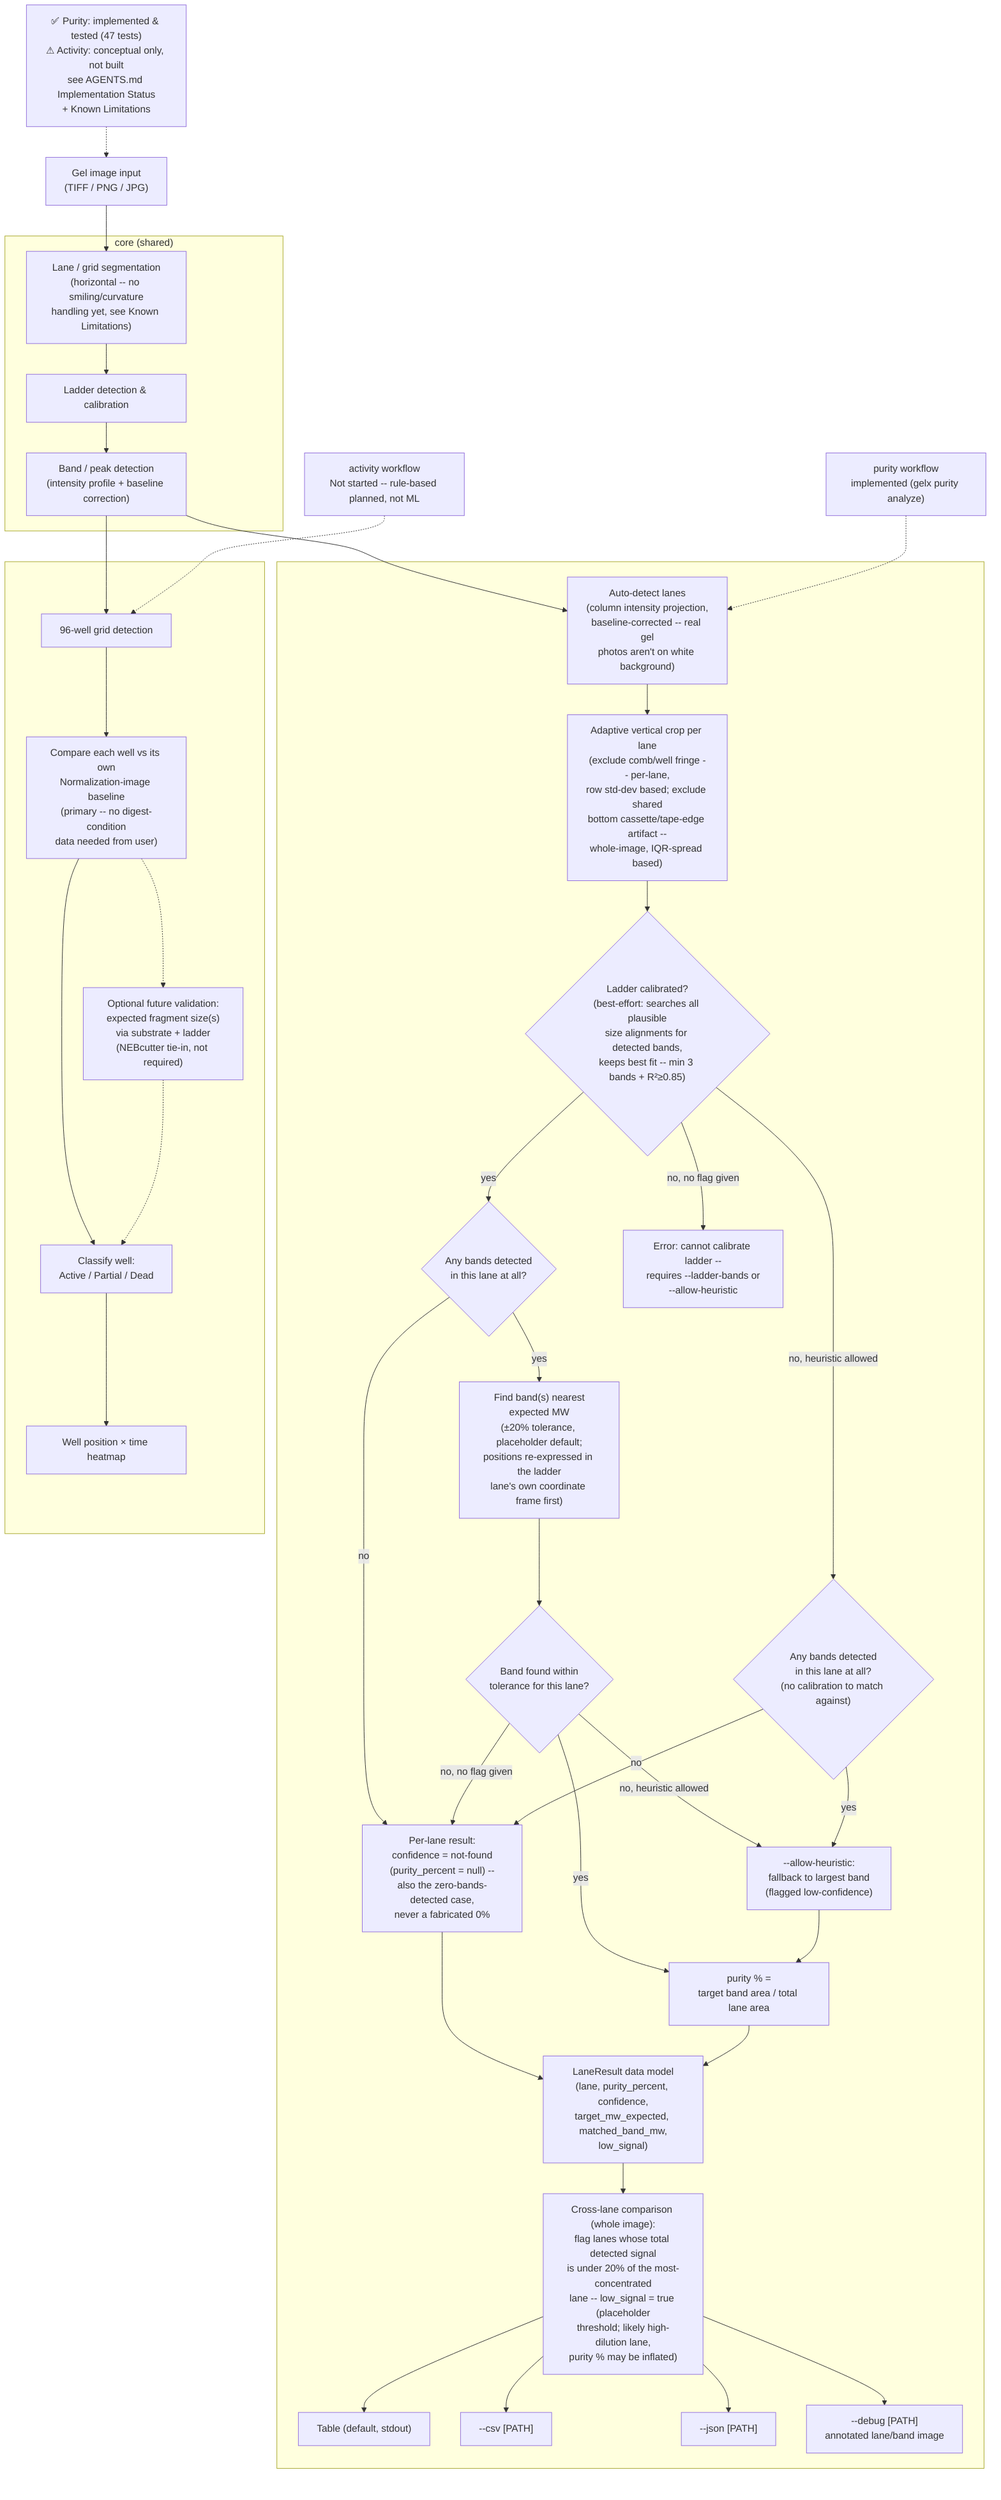
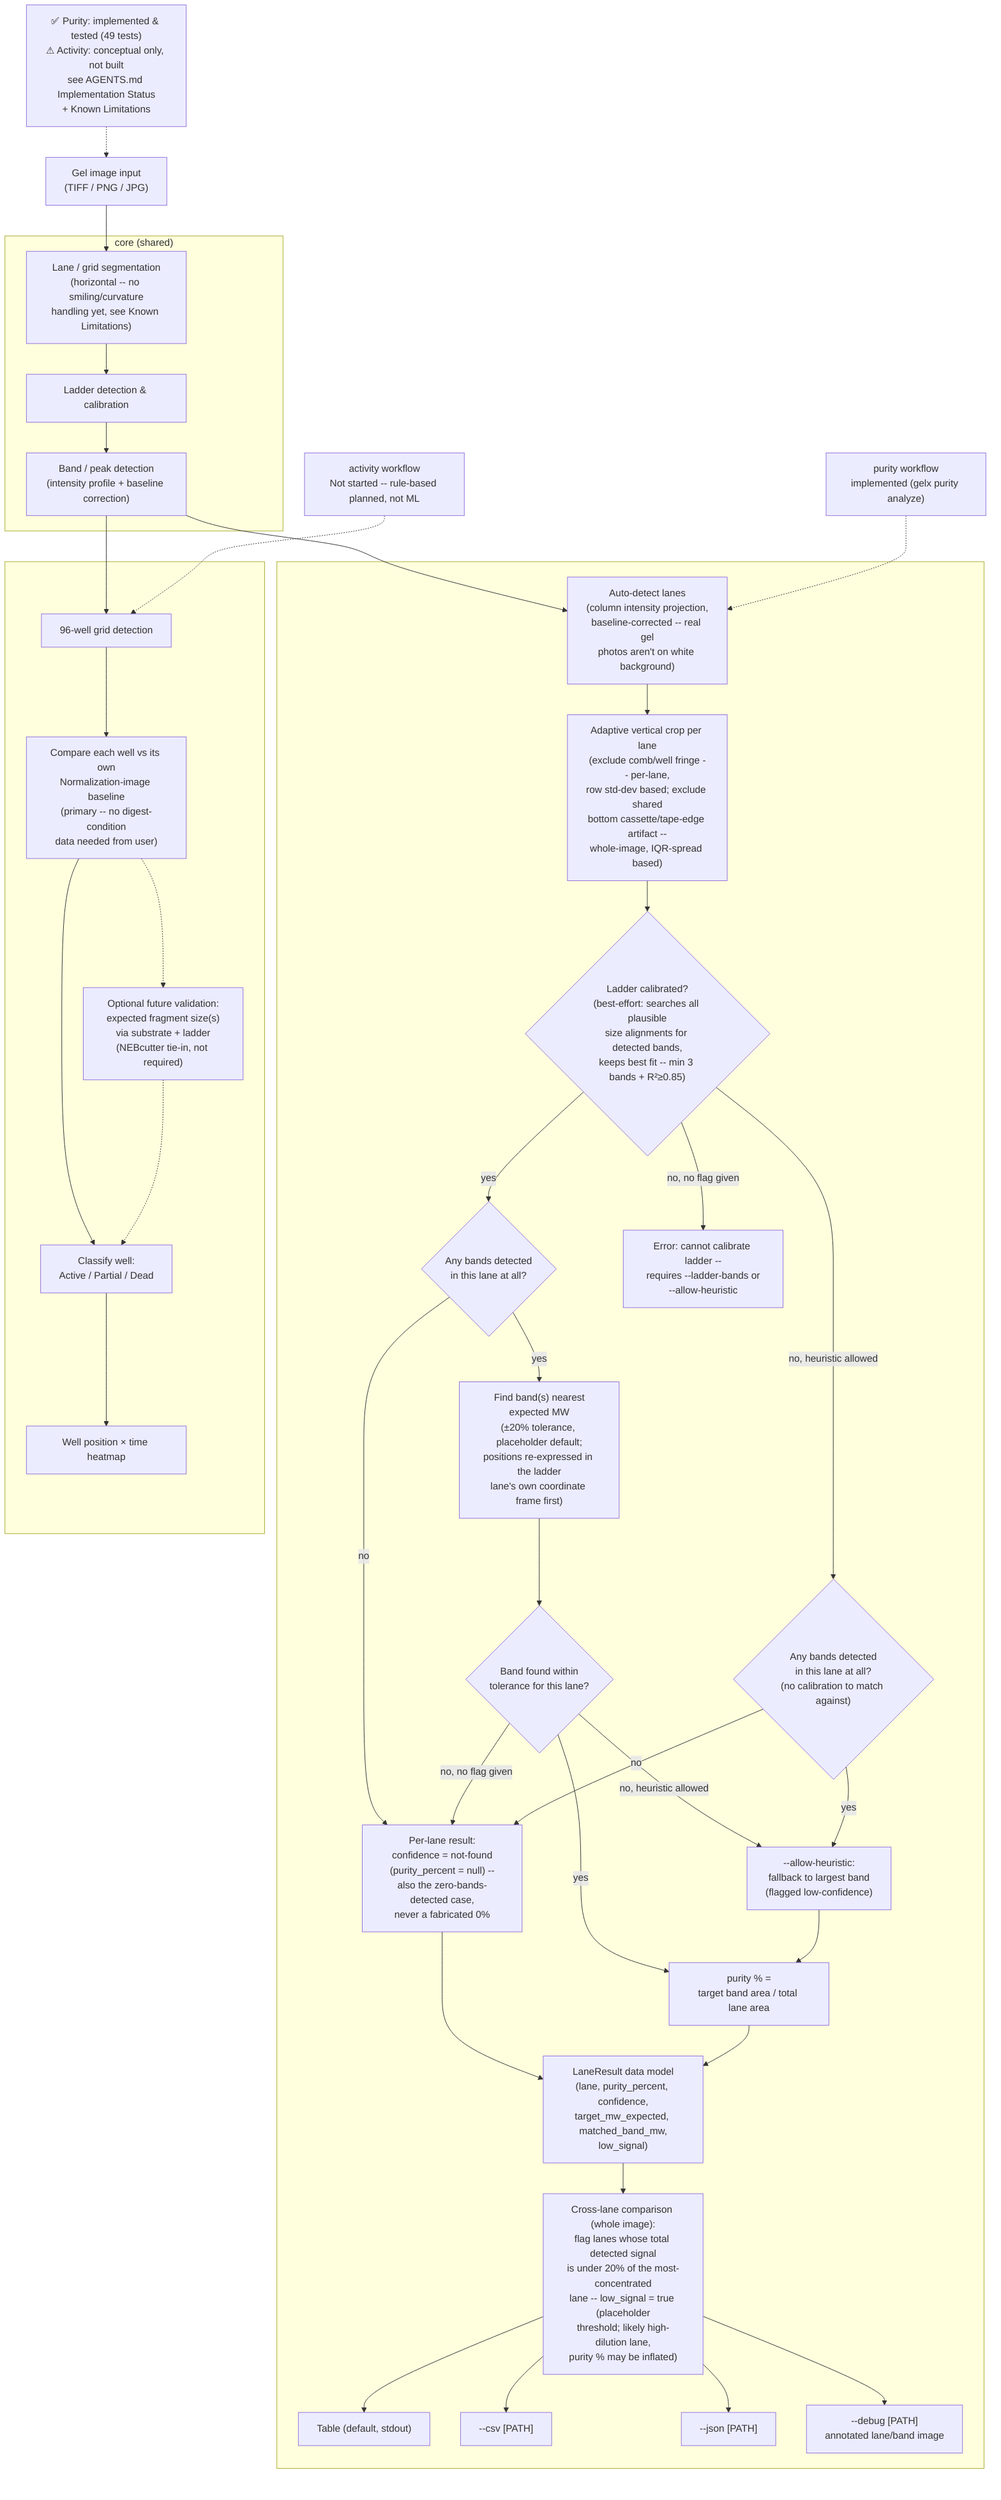
%% program-flow.mmd
%% NOTE: Reflects the purity workflow as actually implemented and tested
- %% (src/gel_extractor/, 47 tests passing) plus the activity workflow's
+ %% (src/gel_extractor/, 49 tests passing) plus the activity workflow's
%% still-conceptual design (see AGENTS.md "Design Decisions" and
%% "Implementation Status"). Not a full class/sequence diagram -- still a
%% data-flow sketch, just one grounded in working code on the purity side.

flowchart TD
-     Note["✅ Purity: implemented & tested (47 tests)<br/>⚠ Activity: conceptual only, not built<br/>see AGENTS.md Implementation Status<br/>+ Known Limitations"]
+     Note["✅ Purity: implemented & tested (49 tests)<br/>⚠ Activity: conceptual only, not built<br/>see AGENTS.md Implementation Status<br/>+ Known Limitations"]

    Input["Gel image input<br/>(TIFF / PNG / JPG)"]

    subgraph Core["core (shared)"]
        Seg["Lane / grid segmentation<br/>(horizontal -- no smiling/curvature<br/>handling yet, see Known Limitations)"]
        Ladder["Ladder detection & calibration"]
        BandDet["Band / peak detection<br/>(intensity profile + baseline correction)"]
    end

    PurityLabel["purity workflow<br/>implemented (gelx purity analyze)"]
    subgraph PurityWF[" "]
        AutoLane["Auto-detect lanes<br/>(column intensity projection,<br/>baseline-corrected -- real gel<br/>photos aren't on white background)"]
        AdaptiveCrop["Adaptive vertical crop per lane<br/>(exclude comb/well fringe -- per-lane,<br/>row std-dev based; exclude shared<br/>bottom cassette/tape-edge artifact --<br/>whole-image, IQR-spread based)"]
        LadderCal{"Ladder calibrated?<br/>(best-effort: searches all plausible<br/>size alignments for detected bands,<br/>keeps best fit -- min 3 bands + R²≥0.85)"}
        AnyBands{"Any bands detected<br/>in this lane at all?"}
        AnyBandsUncal{"Any bands detected<br/>in this lane at all?<br/>(no calibration to match against)"}
        MWMatch["Find band(s) nearest<br/>expected MW<br/>(±20% tolerance, placeholder default;<br/>positions re-expressed in the ladder<br/>lane's own coordinate frame first)"]
        MatchFound{"Band found within<br/>tolerance for this lane?"}
        NotFound["Per-lane result:<br/>confidence = not-found<br/>(purity_percent = null) --<br/>also the zero-bands-detected case,<br/>never a fabricated 0%"]
        Heuristic["--allow-heuristic:<br/>fallback to largest band<br/>(flagged low-confidence)"]
        ErrorOut["Error: cannot calibrate ladder --<br/>requires --ladder-bands or<br/>--allow-heuristic"]
        PurityCalc["purity % =<br/>target band area / total lane area"]
        LaneResult["LaneResult data model<br/>(lane, purity_percent, confidence,<br/>target_mw_expected, matched_band_mw,<br/>low_signal)"]
        LowSignalFlag["Cross-lane comparison (whole image):<br/>flag lanes whose total detected signal<br/>is under 20% of the most-concentrated<br/>lane -- low_signal = true (placeholder<br/>threshold; likely high-dilution lane,<br/>purity % may be inflated)"]
        TableOut["Table (default, stdout)"]
        CsvOut["--csv [PATH]"]
        JsonOut["--json [PATH]"]
        DebugOut["--debug [PATH]<br/>annotated lane/band image"]
    end

    ActivityLabel["activity workflow<br/>Not started -- rule-based planned, not ML"]
    subgraph ActivityWF[" "]
        GridDet["96-well grid detection"]
        Baseline["Compare each well vs its own<br/>Normalization-image baseline<br/>(primary -- no digest-condition<br/>data needed from user)"]
        ExpectedFrag["Optional future validation:<br/>expected fragment size(s)<br/>via substrate + ladder<br/>(NEBcutter tie-in, not required)"]
        Classify["Classify well:<br/>Active / Partial / Dead"]
        Heatmap["Well position × time heatmap"]
    end

    Note -.-> Input
    Input --> Seg --> Ladder --> BandDet

    BandDet --> AutoLane
    BandDet --> GridDet
    PurityLabel -.-> AutoLane
    ActivityLabel -.-> GridDet
    AutoLane --> AdaptiveCrop --> LadderCal
    LadderCal -- yes --> AnyBands
    AnyBands -- no --> NotFound
    AnyBands -- yes --> MWMatch --> MatchFound
    MatchFound -- yes --> PurityCalc
    MatchFound -- "no, heuristic allowed" --> Heuristic --> PurityCalc
    MatchFound -- "no, no flag given" --> NotFound --> LaneResult
    LadderCal -- "no, heuristic allowed" --> AnyBandsUncal
    AnyBandsUncal -- no --> NotFound
    AnyBandsUncal -- yes --> Heuristic
    LadderCal -- "no, no flag given" --> ErrorOut
    PurityCalc --> LaneResult
    LaneResult --> LowSignalFlag
    LowSignalFlag --> TableOut
    LowSignalFlag --> CsvOut
    LowSignalFlag --> JsonOut
    LowSignalFlag --> DebugOut
    GridDet --> Baseline --> Classify --> Heatmap
    Baseline -.-> ExpectedFrag -.-> Classify
